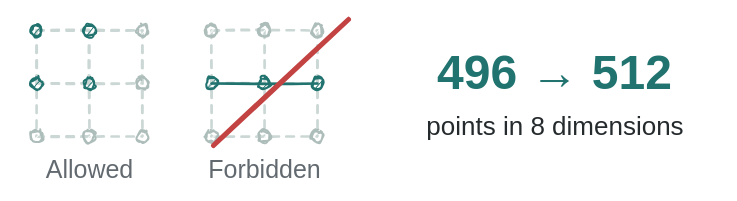
MathisRost/agentic-ai-math keeps this draw.io diagram as assets/funsearch_cap_set.drawio. Above is the earlier version. Source tidied: cells renumbered, new cells numbered last; positions are measured from the earlier drawing's top-left corner, leaving out a move shared by most shapes. Both pictures are drawn from the tidied source at 100%, with x=0, y=0 at pixel (17, 19).
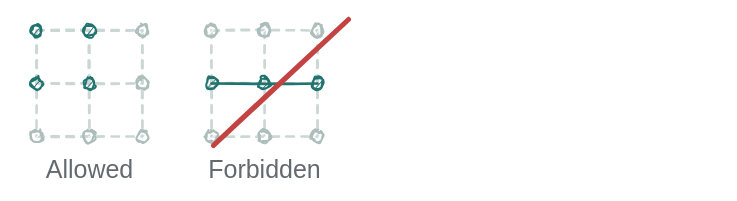
After the change.

Change to the diagram source:
```diff
@@
-    <mxCell id="36" value="496 → 512" style="text;html=0;whiteSpace=wrap;align=center;verticalAlign=middle;spacing=0;strokeColor=none;fillColor=none;fontFamily=Kalam;fontSize=48;fontColor=#21736F;fontStyle=1;" parent="1" vertex="1">
-      <mxGeometry x="380" y="22" width="315" height="62" as="geometry" />
-    </mxCell>
-    <mxCell id="37" value="points in 8 dimensions" style="text;html=0;whiteSpace=wrap;align=center;verticalAlign=middle;spacing=0;strokeColor=none;fillColor=none;fontFamily=Kalam;fontSize=26;fontColor=#252A2D;fontStyle=0;" parent="1" vertex="1">
-      <mxGeometry x="373" y="88" width="330" height="37" as="geometry" />
-    </mxCell>
```
